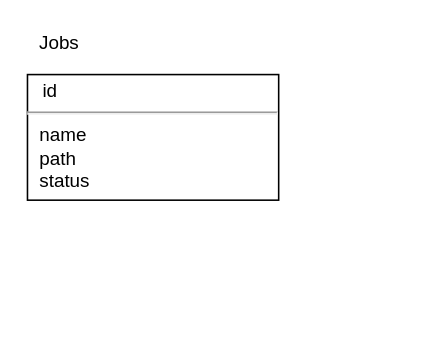
Earlier version of the draw.io diagram page "QueueDB" (2 of 3) of doc/ASRsystem.drawio (TUT-SLP-lab/semi_asr_system). Source tidied: cells renumbered, new cells numbered last; positions are measured from the earlier drawing's top-left corner, leaving out a move shared by most shapes. Both pictures are drawn from the tidied source at 157%, with x=0, y=0 at pixel (27, 27).
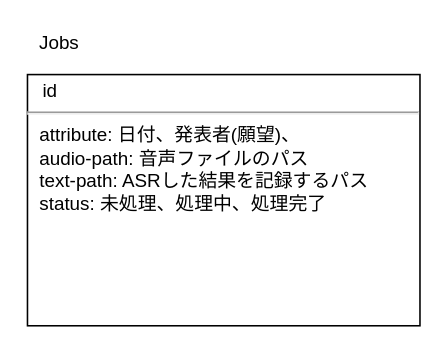
After the change.

The edit, as a diff of the source:
```diff
@@
 <mxGraphModel>
   <root>
     <mxCell id="0" />
     <mxCell id="1" parent="0" />
-    <mxCell id="2" value="&lt;p style=&quot;margin: 4px 0px 0px&quot;&gt;&amp;nbsp; &amp;nbsp;id&lt;/p&gt;&lt;hr&gt;&lt;p style=&quot;margin: 0px ; margin-left: 8px&quot;&gt;&lt;span&gt;name&amp;nbsp;&lt;/span&gt;&lt;br&gt;&lt;/p&gt;&lt;p style=&quot;margin: 0px ; margin-left: 8px&quot;&gt;path&amp;nbsp;&lt;/p&gt;&lt;p style=&quot;margin: 0px ; margin-left: 8px&quot;&gt;status&amp;nbsp;&amp;nbsp;&lt;/p&gt;&lt;p style=&quot;margin: 0px ; margin-left: 8px&quot;&gt;&lt;br&gt;&lt;/p&gt;" style="verticalAlign=top;align=left;overflow=fill;fontSize=12;fontFamily=Helvetica;html=1;" parent="1" vertex="1">
-      <mxGeometry y="30" width="160" height="80" as="geometry" />
+    <mxCell id="2" value="&lt;p style=&quot;margin: 4px 0px 0px&quot;&gt;&amp;nbsp; &amp;nbsp;id&lt;/p&gt;&lt;hr&gt;&lt;p style=&quot;margin: 0px ; margin-left: 8px&quot;&gt;&lt;span&gt;attribute: 日付、発表者(願望)、&lt;/span&gt;&lt;span style=&quot;background-color: initial;&quot;&gt;&amp;nbsp;&lt;/span&gt;&lt;/p&gt;&lt;p style=&quot;margin: 0px ; margin-left: 8px&quot;&gt;audio-path: 音声ファイルのパス&lt;/p&gt;&lt;p style=&quot;margin: 0px ; margin-left: 8px&quot;&gt;text-path: ASRした結果を記録するパス&amp;nbsp;&lt;/p&gt;&lt;p style=&quot;margin: 0px ; margin-left: 8px&quot;&gt;status: 未処理、処理中、処理完了&lt;/p&gt;&lt;p style=&quot;margin: 0px ; margin-left: 8px&quot;&gt;&lt;br&gt;&lt;/p&gt;" style="verticalAlign=top;align=left;overflow=fill;fontSize=12;fontFamily=Helvetica;html=1;" parent="1" vertex="1">
+      <mxGeometry y="30" width="250" height="160" as="geometry" />
     </mxCell>
     <mxCell id="3" value="Jobs" style="text;html=1;align=center;verticalAlign=middle;strokeColor=none;fillColor=none;" parent="1" vertex="1">
       <mxGeometry width="40" height="20" as="geometry" />
     </mxCell>
   </root>
 </mxGraphModel>
```
